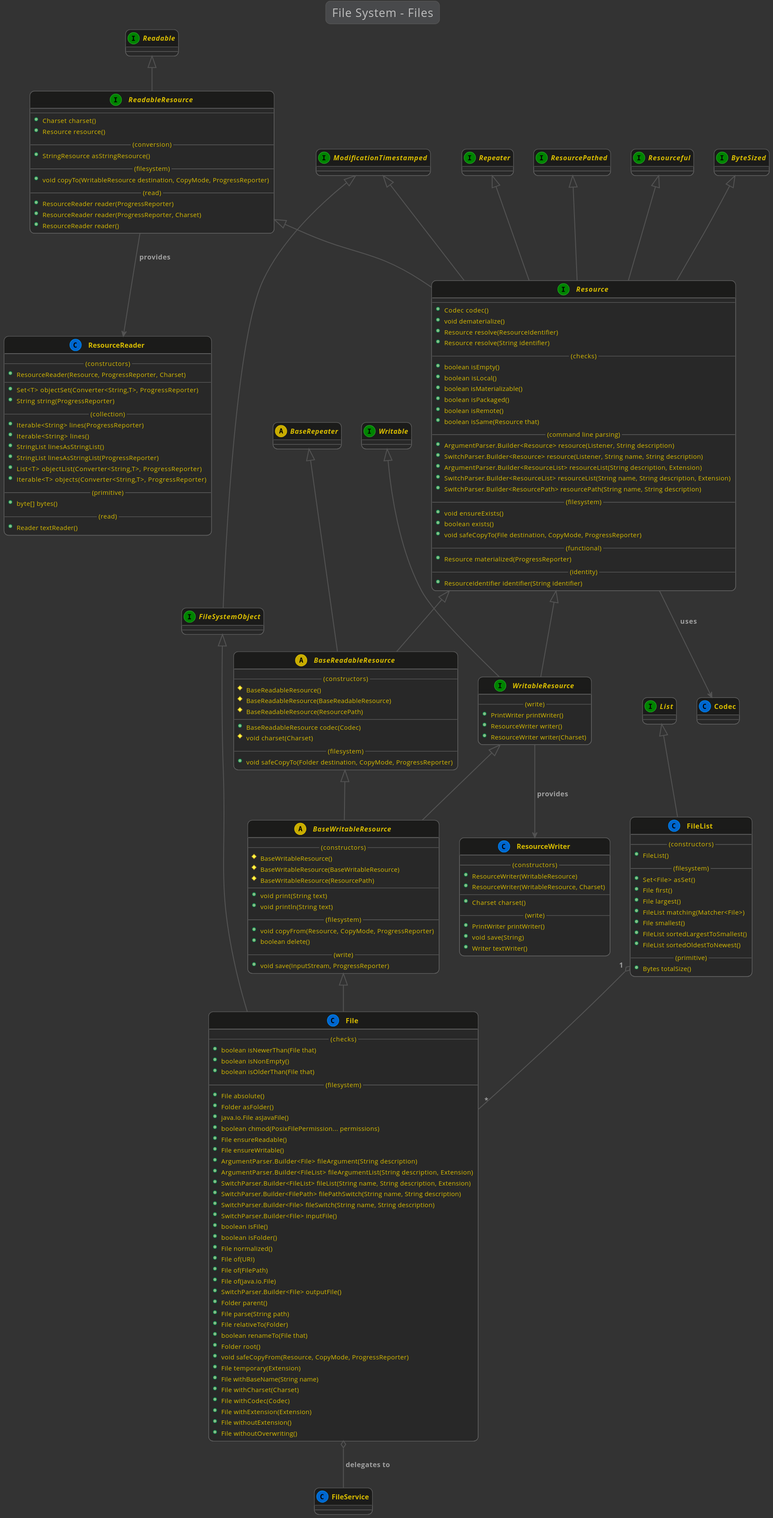
This is docs/lexakai/kivakit/kivakit-core/resource/documentation/diagrams/diagram-file-system-file.svg from Telenav/kivakit-assets, a PlantUML export, as it was before one commit. Source of this version:
```plantuml
@startuml

    !include ../lexakai/lexakai.theme

    title "File System - Files"

    abstract BaseRepeater
    abstract BaseReadableResource
    abstract BaseWritableResource

    interface WritableResource
    interface FileSystemObject
    interface Resource
    interface List

    BaseRepeater <|-- BaseReadableResource
    Resource <|-- BaseReadableResource
    abstract class BaseReadableResource
    {
        --(constructors)--
        #BaseReadableResource()
        #BaseReadableResource(BaseReadableResource)
        #BaseReadableResource(ResourcePath)
        --
        +BaseReadableResource codec(Codec)
        #void charset(Charset)
        --(filesystem)--
        +void safeCopyTo(Folder destination, CopyMode, ProgressReporter)
    }

    BaseReadableResource <|-- BaseWritableResource
    WritableResource <|-- BaseWritableResource
    abstract class BaseWritableResource
    {
        --(constructors)--
        #BaseWritableResource()
        #BaseWritableResource(BaseWritableResource)
        #BaseWritableResource(ResourcePath)
        --
        +void print(String text)
        +void println(String text)
        --(filesystem)--
        +void copyFrom(Resource, CopyMode, ProgressReporter)
        +boolean delete()
        --(write)--
        +void save(InputStream, ProgressReporter)
    }

    BaseWritableResource <|-- File
    FileSystemObject <|-- File
    File o-- FileService : "delegates to"
    class File
    {
        --(checks)--
        +boolean isNewerThan(File that)
        +boolean isNonEmpty()
        +boolean isOlderThan(File that)
        --(filesystem)--
        +File absolute()
        +Folder asFolder()
        +java.io.File asJavaFile()
        +boolean chmod(PosixFilePermission... permissions)
        +File ensureReadable()
        +File ensureWritable()
        +ArgumentParser.Builder<File> fileArgument(String description)
        +ArgumentParser.Builder<FileList> fileArgumentList(String description, Extension)
        +SwitchParser.Builder<FileList> fileList(String name, String description, Extension)
        +SwitchParser.Builder<FilePath> filePathSwitch(String name, String description)
        +SwitchParser.Builder<File> fileSwitch(String name, String description)
        +SwitchParser.Builder<File> inputFile()
        +boolean isFile()
        +boolean isFolder()
        +File normalized()
        +File of(URI)
        +File of(FilePath)
        +File of(java.io.File)
        +SwitchParser.Builder<File> outputFile()
        +Folder parent()
        +File parse(String path)
        +File relativeTo(Folder)
        +boolean renameTo(File that)
        +Folder root()
        +void safeCopyFrom(Resource, CopyMode, ProgressReporter)
        +File temporary(Extension)
        +File withBaseName(String name)
        +File withCharset(Charset)
        +File withCodec(Codec)
        +File withExtension(Extension)
        +File withoutExtension()
        +File withoutOverwriting()
    }

    List <|-- FileList
    FileList "1" o-- "*" File
    class FileList
    {
        --(constructors)--
        +FileList()
        --(filesystem)--
        +Set<File> asSet()
        +File first()
        +File largest()
        +FileList matching(Matcher<File>)
        +File smallest()
        +FileList sortedLargestToSmallest()
        +FileList sortedOldestToNewest()
        --(primitive)--
        +Bytes totalSize()
    }

    interface ModificationTimestamped
    ModificationTimestamped <|-- FileSystemObject
    interface FileSystemObject
    {
    }

    interface Readable
    Readable <|-- ReadableResource
    ReadableResource --> ResourceReader : "provides"
    interface ReadableResource
    {
        --
        +Charset charset()
        +Resource resource()
        --(conversion)--
        +StringResource asStringResource()
        --(filesystem)--
        +void copyTo(WritableResource destination, CopyMode, ProgressReporter)
        --(read)--
        +ResourceReader reader(ProgressReporter)
        +ResourceReader reader(ProgressReporter, Charset)
        +ResourceReader reader()
    }

    interface ByteSized
    interface ModificationTimestamped
    interface ReadableResource
    interface Repeater
    interface ResourcePathed
    interface Resourceful
    ResourcePathed <|-- Resource
    ModificationTimestamped <|-- Resource
    ByteSized <|-- Resource
    ReadableResource <|-- Resource
    Repeater <|-- Resource
    Resourceful <|-- Resource
    Resource --> Codec : "uses"
    interface Resource
    {
        --
        +Codec codec()
        +void dematerialize()
        +Resource resolve(ResourceIdentifier)
        +Resource resolve(String identifier)
        --(checks)--
        +boolean isEmpty()
        +boolean isLocal()
        +boolean isMaterializable()
        +boolean isPackaged()
        +boolean isRemote()
        +boolean isSame(Resource that)
        --(command line parsing)--
        +ArgumentParser.Builder<Resource> resource(Listener, String description)
        +SwitchParser.Builder<Resource> resource(Listener, String name, String description)
        +ArgumentParser.Builder<ResourceList> resourceList(String description, Extension)
        +SwitchParser.Builder<ResourceList> resourceList(String name, String description, Extension)
        +SwitchParser.Builder<ResourcePath> resourcePath(String name, String description)
        --(filesystem)--
        +void ensureExists()
        +boolean exists()
        +void safeCopyTo(File destination, CopyMode, ProgressReporter)
        --(functional)--
        +Resource materialized(ProgressReporter)
        --(identity)--
        +ResourceIdentifier identifier(String identifier)
    }

    class ResourceReader
    {
        --(constructors)--
        +ResourceReader(Resource, ProgressReporter, Charset)
        --
        +Set<T> objectSet(Converter<String,T>, ProgressReporter)
        +String string(ProgressReporter)
        --(collection)--
        +Iterable<String> lines(ProgressReporter)
        +Iterable<String> lines()
        +StringList linesAsStringList()
        +StringList linesAsStringList(ProgressReporter)
        +List<T> objectList(Converter<String,T>, ProgressReporter)
        +Iterable<T> objects(Converter<String,T>, ProgressReporter)
        --(primitive)--
        +byte[] bytes()
        --(read)--
        +Reader textReader()
    }

    class ResourceWriter
    {
        --(constructors)--
        +ResourceWriter(WritableResource)
        +ResourceWriter(WritableResource, Charset)
        --
        +Charset charset()
        --(write)--
        +PrintWriter printWriter()
        +void save(String)
        +Writer textWriter()
    }

    interface Resource
    interface Writable
    Resource <|-- WritableResource
    Writable <|-- WritableResource
    WritableResource --> ResourceWriter : "provides"
    interface WritableResource
    {
        --(write)--
        +PrintWriter printWriter()
        +ResourceWriter writer()
        +ResourceWriter writer(Charset)
    }

@enduml
```
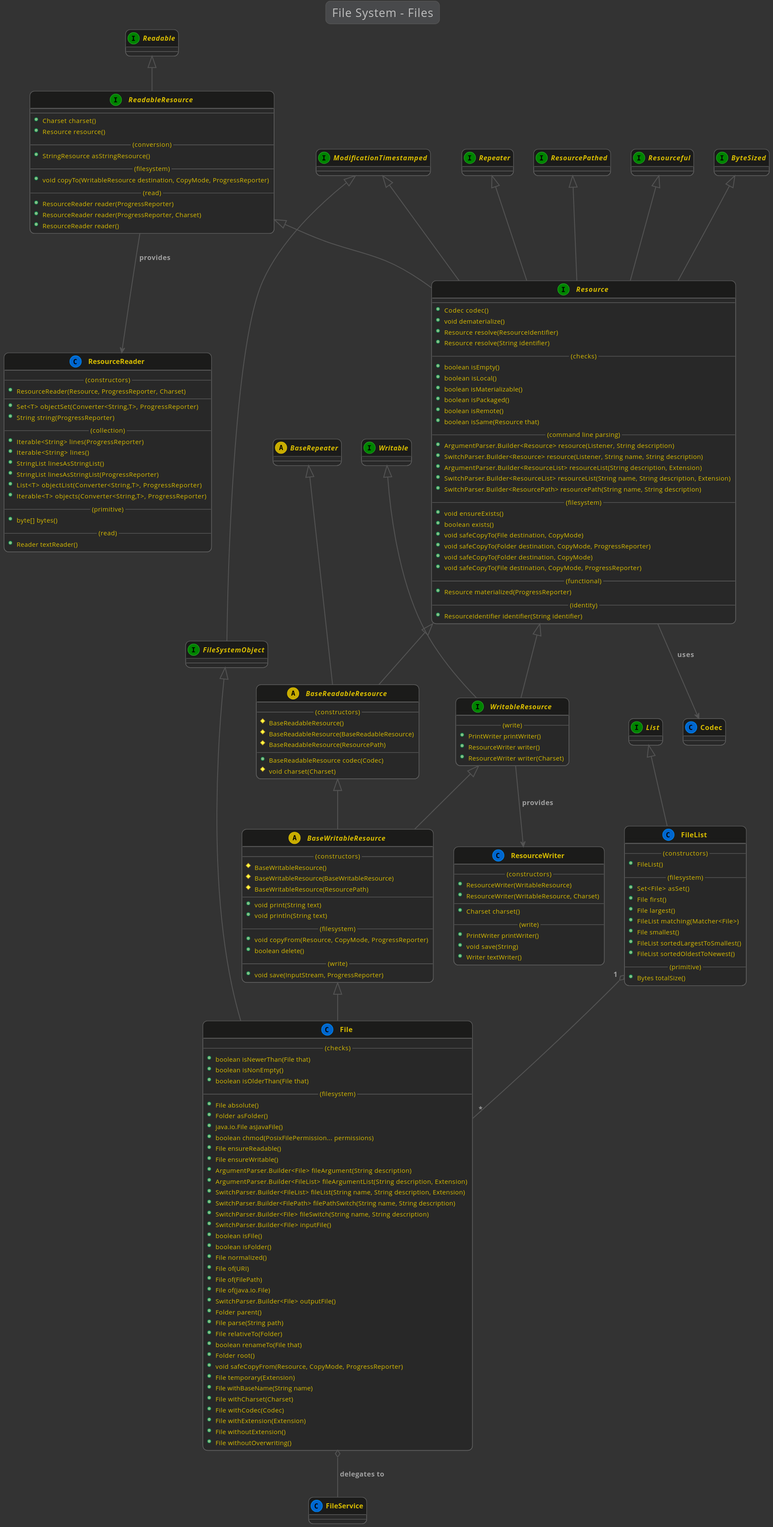
The same file after the commit.

What changed in the source:
```diff
@@ -1,6 +1,6 @@
 @startuml
 
-    !include ../lexakai/lexakai.theme
+    !include lexakai.theme
 
     title "File System - Files"
 
@@ -24,8 +24,6 @@
         --
         +BaseReadableResource codec(Codec)
         #void charset(Charset)
-        --(filesystem)--
-        +void safeCopyTo(Folder destination, CopyMode, ProgressReporter)
     }
 
     BaseReadableResource <|-- BaseWritableResource
@@ -168,6 +166,9 @@
         --(filesystem)--
         +void ensureExists()
         +boolean exists()
+        +void safeCopyTo(File destination, CopyMode)
+        +void safeCopyTo(Folder destination, CopyMode, ProgressReporter)
+        +void safeCopyTo(Folder destination, CopyMode)
         +void safeCopyTo(File destination, CopyMode, ProgressReporter)
         --(functional)--
         +Resource materialized(ProgressReporter)
```
